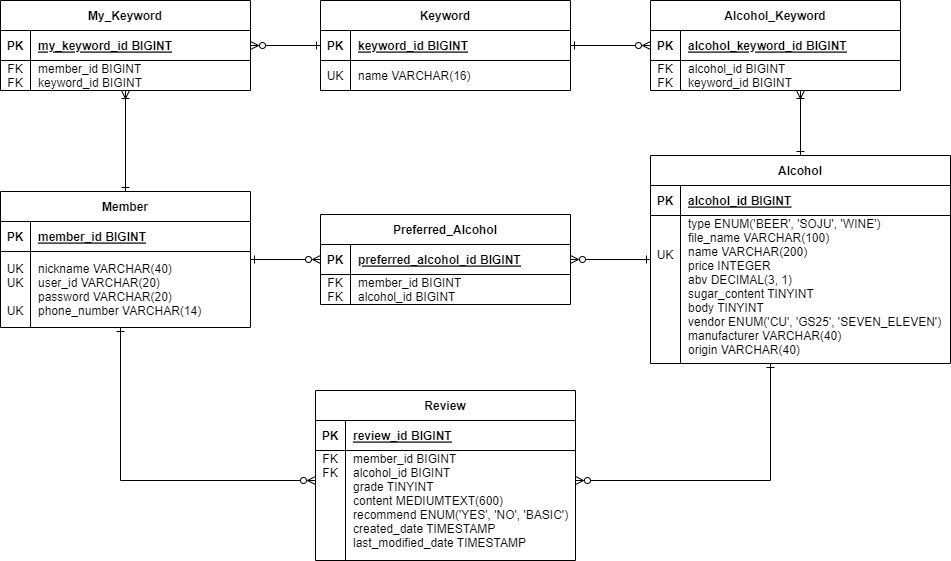
Before: pyeonsool-table.png, a diagram exported from draw.io (great-sprout/PyeonSool). Source tidied: cells renumbered, new cells last; positions are measured from the earlier drawing's top-left corner, leaving out a move shared by most shapes. The source it was exported from:
```xml
<mxGraphModel>
  <root>
    <mxCell id="0" />
    <mxCell id="1" parent="0" />
    <mxCell id="2" style="edgeStyle=orthogonalEdgeStyle;rounded=0;jettySize=auto;html=1;startArrow=ERone;startFill=0;endArrow=ERoneToMany;endFill=0;" parent="1" edge="1" source="3" target="43">
      <mxGeometry relative="1" as="geometry">
        <Array as="points">
          <mxPoint x="800" y="225" />
        </Array>
      </mxGeometry>
    </mxCell>
    <mxCell id="3" value="Alcohol" style="shape=table;startSize=30;rowLines=0;fontStyle=1;align=center;" parent="1" vertex="1">
      <mxGeometry x="650" y="155" width="300" height="208" as="geometry" />
    </mxCell>
    <mxCell id="4" style="shape=partialRectangle;fillColor=none;top=0;left=0;right=0;bottom=1;" parent="3" vertex="1">
      <mxGeometry y="30" width="300" height="30" as="geometry" />
    </mxCell>
    <mxCell id="5" value="PK" style="shape=partialRectangle;overflow=hidden;fillColor=none;top=0;left=0;bottom=0;right=0;fontStyle=1;" parent="4" vertex="1">
      <mxGeometry width="30" height="30" as="geometry" />
    </mxCell>
    <mxCell id="6" value="alcohol_id BIGINT" style="shape=partialRectangle;overflow=hidden;fillColor=none;top=0;left=0;bottom=0;right=0;align=left;spacingLeft=6;fontStyle=5;" parent="4" vertex="1">
      <mxGeometry x="30" width="270" height="30" as="geometry" />
    </mxCell>
    <mxCell id="7" style="shape=partialRectangle;fillColor=none;top=0;left=0;right=0;bottom=0;" parent="3" vertex="1">
      <mxGeometry y="60" width="300" height="148" as="geometry" />
    </mxCell>
    <mxCell id="8" value="&#10;&#10;UK&#10;&#10;&#10;&#10;&#10;&#10;&#10;" style="shape=partialRectangle;overflow=hidden;fillColor=none;top=0;left=0;bottom=0;right=0;" parent="7" vertex="1">
      <mxGeometry width="30" height="148" as="geometry" />
    </mxCell>
    <mxCell id="9" value="type ENUM('BEER', 'SOJU', 'WINE')&#10;file_name VARCHAR(100)&#10;name VARCHAR(200)&#10;price INTEGER&#10;abv DECIMAL(3, 1)&#10;sugar_content TINYINT &#10;body TINYINT&#10;vendor ENUM('CU', 'GS25', 'SEVEN_ELEVEN')&#10;manufacturer VARCHAR(40)&#10;origin VARCHAR(40)&#10; " style="shape=partialRectangle;overflow=hidden;fillColor=none;top=0;left=0;bottom=0;right=0;align=left;spacingLeft=6;" parent="7" vertex="1">
      <mxGeometry x="30" width="270" height="148" as="geometry" />
    </mxCell>
    <mxCell id="10" style="edgeStyle=orthogonalEdgeStyle;rounded=0;jettySize=auto;html=1;startArrow=ERzeroToMany;startFill=0;endArrow=ERone;endFill=0;" parent="1" edge="1" source="11" target="3">
      <mxGeometry relative="1" as="geometry">
        <Array as="points">
          <mxPoint x="770" y="480" />
        </Array>
      </mxGeometry>
    </mxCell>
    <mxCell id="11" value="Review" style="shape=table;startSize=30;rowLines=0;fontStyle=1;align=center;" parent="1" vertex="1">
      <mxGeometry x="315" y="390" width="260" height="170" as="geometry" />
    </mxCell>
    <mxCell id="12" style="shape=partialRectangle;fillColor=none;top=0;left=0;right=0;bottom=1;" parent="11" vertex="1">
      <mxGeometry y="30" width="260" height="30" as="geometry" />
    </mxCell>
    <mxCell id="13" value="PK" style="shape=partialRectangle;overflow=hidden;fillColor=none;top=0;left=0;bottom=0;right=0;fontStyle=1;" parent="12" vertex="1">
      <mxGeometry width="30" height="30" as="geometry" />
    </mxCell>
    <mxCell id="14" value="review_id BIGINT" style="shape=partialRectangle;overflow=hidden;fillColor=none;top=0;left=0;bottom=0;right=0;align=left;spacingLeft=6;fontStyle=5;" parent="12" vertex="1">
      <mxGeometry x="30" width="230" height="30" as="geometry" />
    </mxCell>
    <mxCell id="15" style="shape=partialRectangle;fillColor=none;top=0;left=0;right=0;bottom=0;" parent="11" vertex="1">
      <mxGeometry y="60" width="260" height="110" as="geometry" />
    </mxCell>
    <mxCell id="16" value="FK&#10;FK&#10;&#10;&#10;&#10;&#10;&#10;" style="shape=partialRectangle;overflow=hidden;fillColor=none;top=0;left=0;bottom=0;right=0;" parent="15" vertex="1">
      <mxGeometry width="30" height="110" as="geometry" />
    </mxCell>
    <mxCell id="17" value="member_id BIGINT&#10;alcohol_id BIGINT&#10;grade TINYINT&#10;content MEDIUMTEXT(600)&#10;recommend ENUM('YES', 'NO', 'BASIC')&#10;created_date TIMESTAMP&#10;last_modified_date TIMESTAMP&#10;" style="shape=partialRectangle;overflow=hidden;fillColor=none;top=0;left=0;bottom=0;right=0;align=left;spacingLeft=6;" parent="15" vertex="1">
      <mxGeometry x="30" width="230" height="110" as="geometry" />
    </mxCell>
    <mxCell id="18" value="Member" style="shape=table;startSize=30;rowLines=0;fontStyle=1;align=center;" parent="1" vertex="1">
      <mxGeometry y="191" width="250" height="136" as="geometry" />
    </mxCell>
    <mxCell id="19" style="shape=partialRectangle;fillColor=none;top=0;left=0;right=0;bottom=1;" parent="18" vertex="1">
      <mxGeometry y="30" width="250" height="30" as="geometry" />
    </mxCell>
    <mxCell id="20" value="PK" style="shape=partialRectangle;overflow=hidden;fillColor=none;top=0;left=0;bottom=0;right=0;fontStyle=1;" parent="19" vertex="1">
      <mxGeometry width="30" height="30" as="geometry" />
    </mxCell>
    <mxCell id="21" value="member_id BIGINT" style="shape=partialRectangle;overflow=hidden;fillColor=none;top=0;left=0;bottom=0;right=0;align=left;spacingLeft=6;fontStyle=5;" parent="19" vertex="1">
      <mxGeometry x="30" width="220" height="30" as="geometry" />
    </mxCell>
    <mxCell id="22" style="shape=partialRectangle;fillColor=none;top=0;left=0;right=0;bottom=0;" parent="18" vertex="1">
      <mxGeometry y="60" width="250" height="76" as="geometry" />
    </mxCell>
    <mxCell id="23" value="UK&#10;UK&#10;&#10;UK" style="shape=partialRectangle;overflow=hidden;fillColor=none;top=0;left=0;bottom=0;right=0;" parent="22" vertex="1">
      <mxGeometry width="30" height="76" as="geometry" />
    </mxCell>
    <mxCell id="24" value="nickname VARCHAR(40)&#10;user_id VARCHAR(20)&#10;password VARCHAR(20)&#10;phone_number VARCHAR(14)" style="shape=partialRectangle;overflow=hidden;fillColor=none;top=0;left=0;bottom=0;right=0;align=left;spacingLeft=6;" parent="22" vertex="1">
      <mxGeometry x="30" width="220" height="76" as="geometry" />
    </mxCell>
    <mxCell id="25" style="edgeStyle=orthogonalEdgeStyle;rounded=0;jettySize=auto;html=1;startArrow=ERzeroToMany;startFill=0;endArrow=ERone;endFill=0;" parent="1" edge="1" source="26" target="3">
      <mxGeometry relative="1" as="geometry" />
    </mxCell>
    <mxCell id="26" value="Preferred_Alcohol" style="shape=table;startSize=30;rowLines=0;fontStyle=1;align=center;" parent="1" vertex="1">
      <mxGeometry x="320" y="214" width="250" height="90" as="geometry" />
    </mxCell>
    <mxCell id="27" style="shape=partialRectangle;fillColor=none;top=0;left=0;right=0;bottom=1;" parent="26" vertex="1">
      <mxGeometry y="30" width="250" height="30" as="geometry" />
    </mxCell>
    <mxCell id="28" value="PK" style="shape=partialRectangle;overflow=hidden;fillColor=none;top=0;left=0;bottom=0;right=0;fontStyle=1;" parent="27" vertex="1">
      <mxGeometry width="30" height="30" as="geometry" />
    </mxCell>
    <mxCell id="29" value="preferred_alcohol_id BIGINT" style="shape=partialRectangle;overflow=hidden;fillColor=none;top=0;left=0;bottom=0;right=0;align=left;spacingLeft=6;fontStyle=5;" parent="27" vertex="1">
      <mxGeometry x="30" width="220" height="30" as="geometry" />
    </mxCell>
    <mxCell id="30" style="shape=partialRectangle;fillColor=none;top=0;left=0;right=0;bottom=0;" parent="26" vertex="1">
      <mxGeometry y="60" width="250" height="30" as="geometry" />
    </mxCell>
    <mxCell id="31" value="FK&#10;FK" style="shape=partialRectangle;overflow=hidden;fillColor=none;top=0;left=0;bottom=0;right=0;" parent="30" vertex="1">
      <mxGeometry width="30" height="30" as="geometry" />
    </mxCell>
    <mxCell id="32" value="member_id BIGINT&#10;alcohol_id BIGINT" style="shape=partialRectangle;overflow=hidden;fillColor=none;top=0;left=0;bottom=0;right=0;align=left;spacingLeft=6;" parent="30" vertex="1">
      <mxGeometry x="30" width="220" height="30" as="geometry" />
    </mxCell>
    <mxCell id="33" style="edgeStyle=orthogonalEdgeStyle;rounded=0;jettySize=auto;html=1;startArrow=ERone;startFill=0;endArrow=ERzeroToMany;endFill=0;" parent="1" edge="1" source="34" target="43">
      <mxGeometry relative="1" as="geometry" />
    </mxCell>
    <mxCell id="34" value="Keyword" style="shape=table;startSize=30;rowLines=0;fontStyle=1;align=center;" parent="1" vertex="1">
      <mxGeometry x="320" width="250" height="90" as="geometry" />
    </mxCell>
    <mxCell id="35" style="shape=partialRectangle;fillColor=none;top=0;left=0;right=0;bottom=1;" parent="34" vertex="1">
      <mxGeometry y="30" width="250" height="30" as="geometry" />
    </mxCell>
    <mxCell id="36" value="PK" style="shape=partialRectangle;overflow=hidden;fillColor=none;top=0;left=0;bottom=0;right=0;fontStyle=1;" parent="35" vertex="1">
      <mxGeometry width="30" height="30" as="geometry" />
    </mxCell>
    <mxCell id="37" value="keyword_id BIGINT" style="shape=partialRectangle;overflow=hidden;fillColor=none;top=0;left=0;bottom=0;right=0;align=left;spacingLeft=6;fontStyle=5;" parent="35" vertex="1">
      <mxGeometry x="30" width="220" height="30" as="geometry" />
    </mxCell>
    <mxCell id="38" style="shape=partialRectangle;fillColor=none;top=0;left=0;right=0;bottom=0;" parent="34" vertex="1">
      <mxGeometry y="60" width="250" height="30" as="geometry" />
    </mxCell>
    <mxCell id="39" value="UK" style="shape=partialRectangle;overflow=hidden;fillColor=none;top=0;left=0;bottom=0;right=0;" parent="38" vertex="1">
      <mxGeometry width="30" height="30" as="geometry" />
    </mxCell>
    <mxCell id="40" value="name VARCHAR(16)" style="shape=partialRectangle;overflow=hidden;fillColor=none;top=0;left=0;bottom=0;right=0;align=left;spacingLeft=6;" parent="38" vertex="1">
      <mxGeometry x="30" width="220" height="30" as="geometry" />
    </mxCell>
    <mxCell id="41" style="edgeStyle=orthogonalEdgeStyle;rounded=0;jettySize=auto;html=1;startArrow=ERone;startFill=0;endArrow=ERzeroToMany;endFill=0;" parent="1" edge="1" source="18" target="26">
      <mxGeometry relative="1" as="geometry" />
    </mxCell>
    <mxCell id="42" style="edgeStyle=orthogonalEdgeStyle;rounded=0;jettySize=auto;html=1;startArrow=ERone;startFill=0;endArrow=ERzeroToMany;endFill=0;" parent="1" edge="1" source="18" target="11">
      <mxGeometry relative="1" as="geometry">
        <Array as="points">
          <mxPoint x="120" y="480" />
        </Array>
      </mxGeometry>
    </mxCell>
    <mxCell id="43" value="Alcohol_Keyword" style="shape=table;startSize=30;rowLines=0;fontStyle=1;align=center;" parent="1" vertex="1">
      <mxGeometry x="650" width="250" height="90" as="geometry" />
    </mxCell>
    <mxCell id="44" style="shape=partialRectangle;fillColor=none;top=0;left=0;right=0;bottom=1;" parent="43" vertex="1">
      <mxGeometry y="30" width="250" height="30" as="geometry" />
    </mxCell>
    <mxCell id="45" value="PK" style="shape=partialRectangle;overflow=hidden;fillColor=none;top=0;left=0;bottom=0;right=0;fontStyle=1;" parent="44" vertex="1">
      <mxGeometry width="30" height="30" as="geometry" />
    </mxCell>
    <mxCell id="46" value="alcohol_keyword_id BIGINT" style="shape=partialRectangle;overflow=hidden;fillColor=none;top=0;left=0;bottom=0;right=0;align=left;spacingLeft=6;fontStyle=5;" parent="44" vertex="1">
      <mxGeometry x="30" width="220" height="30" as="geometry" />
    </mxCell>
    <mxCell id="47" style="shape=partialRectangle;fillColor=none;top=0;left=0;right=0;bottom=0;" parent="43" vertex="1">
      <mxGeometry y="60" width="250" height="30" as="geometry" />
    </mxCell>
    <mxCell id="48" value="FK&#10;FK" style="shape=partialRectangle;overflow=hidden;fillColor=none;top=0;left=0;bottom=0;right=0;" parent="47" vertex="1">
      <mxGeometry width="30" height="30" as="geometry" />
    </mxCell>
    <mxCell id="49" value="alcohol_id BIGINT&#10;keyword_id BIGINT" style="shape=partialRectangle;overflow=hidden;fillColor=none;top=0;left=0;bottom=0;right=0;align=left;spacingLeft=6;" parent="47" vertex="1">
      <mxGeometry x="30" width="220" height="30" as="geometry" />
    </mxCell>
    <mxCell id="50" style="edgeStyle=orthogonalEdgeStyle;rounded=0;jettySize=auto;html=1;startArrow=ERoneToMany;startFill=0;endArrow=ERone;endFill=0;" parent="1" edge="1" source="52" target="18">
      <mxGeometry relative="1" as="geometry" />
    </mxCell>
    <mxCell id="51" style="edgeStyle=orthogonalEdgeStyle;rounded=0;jettySize=auto;html=1;startArrow=ERzeroToMany;startFill=0;endArrow=ERone;endFill=0;" parent="1" edge="1" source="52" target="34">
      <mxGeometry relative="1" as="geometry" />
    </mxCell>
    <mxCell id="52" value="My_Keyword" style="shape=table;startSize=30;rowLines=0;fontStyle=1;align=center;" parent="1" vertex="1">
      <mxGeometry width="250" height="90" as="geometry" />
    </mxCell>
    <mxCell id="53" style="shape=partialRectangle;fillColor=none;top=0;left=0;right=0;bottom=1;" parent="52" vertex="1">
      <mxGeometry y="30" width="250" height="30" as="geometry" />
    </mxCell>
    <mxCell id="54" value="PK" style="shape=partialRectangle;overflow=hidden;fillColor=none;top=0;left=0;bottom=0;right=0;fontStyle=1;" parent="53" vertex="1">
      <mxGeometry width="30" height="30" as="geometry" />
    </mxCell>
    <mxCell id="55" value="my_keyword_id BIGINT" style="shape=partialRectangle;overflow=hidden;fillColor=none;top=0;left=0;bottom=0;right=0;align=left;spacingLeft=6;fontStyle=5;" parent="53" vertex="1">
      <mxGeometry x="30" width="220" height="30" as="geometry" />
    </mxCell>
    <mxCell id="56" style="shape=partialRectangle;fillColor=none;top=0;left=0;right=0;bottom=0;" parent="52" vertex="1">
      <mxGeometry y="60" width="250" height="30" as="geometry" />
    </mxCell>
    <mxCell id="57" value="FK&#10;FK" style="shape=partialRectangle;overflow=hidden;fillColor=none;top=0;left=0;bottom=0;right=0;" parent="56" vertex="1">
      <mxGeometry width="30" height="30" as="geometry" />
    </mxCell>
    <mxCell id="58" value="member_id BIGINT&#10;keyword_id BIGINT" style="shape=partialRectangle;overflow=hidden;fillColor=none;top=0;left=0;bottom=0;right=0;align=left;spacingLeft=6;" parent="56" vertex="1">
      <mxGeometry x="30" width="220" height="30" as="geometry" />
    </mxCell>
  </root>
</mxGraphModel>
```
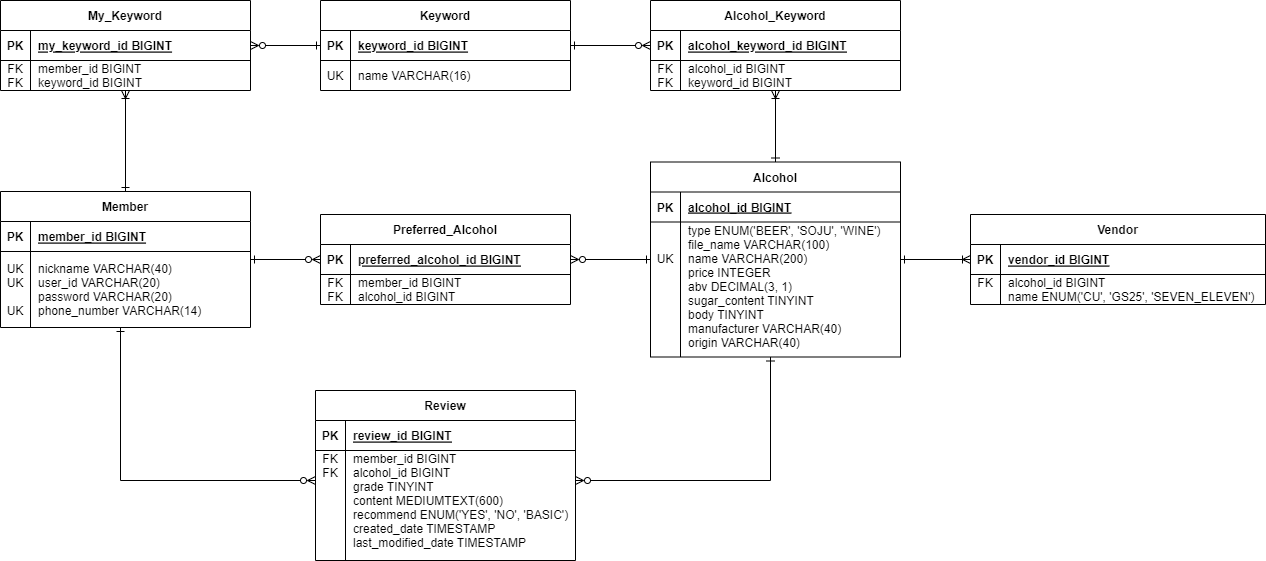
Later version of the same file.

Commit message:
docs: Vendor 테이블 생성

Change to the diagram source:
```diff
@@ -10,25 +10,25 @@
       </mxGeometry>
     </mxCell>
     <mxCell id="3" value="Alcohol" style="shape=table;startSize=30;rowLines=0;fontStyle=1;align=center;" parent="1" vertex="1">
-      <mxGeometry x="650" y="155" width="300" height="208" as="geometry" />
+      <mxGeometry x="650" y="161.5" width="250" height="195" as="geometry" />
     </mxCell>
     <mxCell id="4" style="shape=partialRectangle;fillColor=none;top=0;left=0;right=0;bottom=1;" parent="3" vertex="1">
-      <mxGeometry y="30" width="300" height="30" as="geometry" />
+      <mxGeometry y="30" width="250" height="30" as="geometry" />
     </mxCell>
     <mxCell id="5" value="PK" style="shape=partialRectangle;overflow=hidden;fillColor=none;top=0;left=0;bottom=0;right=0;fontStyle=1;" parent="4" vertex="1">
       <mxGeometry width="30" height="30" as="geometry" />
     </mxCell>
     <mxCell id="6" value="alcohol_id BIGINT" style="shape=partialRectangle;overflow=hidden;fillColor=none;top=0;left=0;bottom=0;right=0;align=left;spacingLeft=6;fontStyle=5;" parent="4" vertex="1">
-      <mxGeometry x="30" width="270" height="30" as="geometry" />
+      <mxGeometry x="30" width="220" height="30" as="geometry" />
     </mxCell>
     <mxCell id="7" style="shape=partialRectangle;fillColor=none;top=0;left=0;right=0;bottom=0;" parent="3" vertex="1">
-      <mxGeometry y="60" width="300" height="148" as="geometry" />
+      <mxGeometry y="60" width="250" height="135" as="geometry" />
     </mxCell>
     <mxCell id="8" value="&#10;&#10;UK&#10;&#10;&#10;&#10;&#10;&#10;&#10;" style="shape=partialRectangle;overflow=hidden;fillColor=none;top=0;left=0;bottom=0;right=0;" parent="7" vertex="1">
-      <mxGeometry width="30" height="148" as="geometry" />
+      <mxGeometry width="30" height="135" as="geometry" />
     </mxCell>
-    <mxCell id="9" value="type ENUM('BEER', 'SOJU', 'WINE')&#10;file_name VARCHAR(100)&#10;name VARCHAR(200)&#10;price INTEGER&#10;abv DECIMAL(3, 1)&#10;sugar_content TINYINT &#10;body TINYINT&#10;vendor ENUM('CU', 'GS25', 'SEVEN_ELEVEN')&#10;manufacturer VARCHAR(40)&#10;origin VARCHAR(40)&#10; " style="shape=partialRectangle;overflow=hidden;fillColor=none;top=0;left=0;bottom=0;right=0;align=left;spacingLeft=6;" parent="7" vertex="1">
-      <mxGeometry x="30" width="270" height="148" as="geometry" />
+    <mxCell id="9" value="type ENUM('BEER', 'SOJU', 'WINE')&#10;file_name VARCHAR(100)&#10;name VARCHAR(200)&#10;price INTEGER&#10;abv DECIMAL(3, 1)&#10;sugar_content TINYINT &#10;body TINYINT&#10;manufacturer VARCHAR(40)&#10;origin VARCHAR(40)&#10; " style="shape=partialRectangle;overflow=hidden;fillColor=none;top=0;left=0;bottom=0;right=0;align=left;spacingLeft=6;" parent="7" vertex="1">
+      <mxGeometry x="30" width="220" height="135" as="geometry" />
     </mxCell>
     <mxCell id="10" style="edgeStyle=orthogonalEdgeStyle;rounded=0;jettySize=auto;html=1;startArrow=ERzeroToMany;startFill=0;endArrow=ERone;endFill=0;" parent="1" edge="1" source="11" target="3">
       <mxGeometry relative="1" as="geometry">
@@ -185,5 +185,29 @@
     <mxCell id="58" value="member_id BIGINT&#10;keyword_id BIGINT" style="shape=partialRectangle;overflow=hidden;fillColor=none;top=0;left=0;bottom=0;right=0;align=left;spacingLeft=6;" parent="56" vertex="1">
       <mxGeometry x="30" width="220" height="30" as="geometry" />
     </mxCell>
+    <mxCell id="59" value="Vendor" style="shape=table;startSize=30;rowLines=0;fontStyle=1;align=center;" parent="1" vertex="1">
+      <mxGeometry x="970" y="214" width="295" height="90" as="geometry" />
+    </mxCell>
+    <mxCell id="60" style="shape=partialRectangle;fillColor=none;points=[[0,0.5],[1,0.5]];portConstraint=eastwest;top=0;left=0;right=0;bottom=1;" parent="59" vertex="1">
+      <mxGeometry y="30" width="295" height="30" as="geometry" />
+    </mxCell>
+    <mxCell id="61" value="PK" style="shape=partialRectangle;overflow=hidden;fillColor=none;top=0;left=0;bottom=0;right=0;fontStyle=1;" parent="60" vertex="1">
+      <mxGeometry width="30" height="30" as="geometry" />
+    </mxCell>
+    <mxCell id="62" value="vendor_id BIGINT" style="shape=partialRectangle;overflow=hidden;fillColor=none;top=0;left=0;bottom=0;right=0;align=left;spacingLeft=6;fontStyle=5;" parent="60" vertex="1">
+      <mxGeometry x="30" width="265" height="30" as="geometry" />
+    </mxCell>
+    <mxCell id="63" style="shape=partialRectangle;fillColor=none;top=0;left=0;right=0;bottom=0;" parent="59" vertex="1">
+      <mxGeometry y="60" width="295" height="30" as="geometry" />
+    </mxCell>
+    <mxCell id="64" value="FK&#10;" style="shape=partialRectangle;overflow=hidden;fillColor=none;top=0;left=0;bottom=0;right=0;" parent="63" vertex="1">
+      <mxGeometry width="30" height="30" as="geometry" />
+    </mxCell>
+    <mxCell id="65" value="alcohol_id BIGINT&#10;name ENUM('CU', 'GS25', 'SEVEN_ELEVEN')" style="shape=partialRectangle;overflow=hidden;fillColor=none;top=0;left=0;bottom=0;right=0;align=left;spacingLeft=6;" parent="63" vertex="1">
+      <mxGeometry x="30" width="265" height="30" as="geometry" />
+    </mxCell>
+    <mxCell id="66" style="edgeStyle=orthogonalEdgeStyle;rounded=0;jettySize=auto;html=1;startArrow=ERoneToMany;startFill=0;endArrow=ERone;endFill=0;" parent="1" edge="1" source="60" target="3">
+      <mxGeometry relative="1" as="geometry" />
+    </mxCell>
   </root>
 </mxGraphModel>
```
